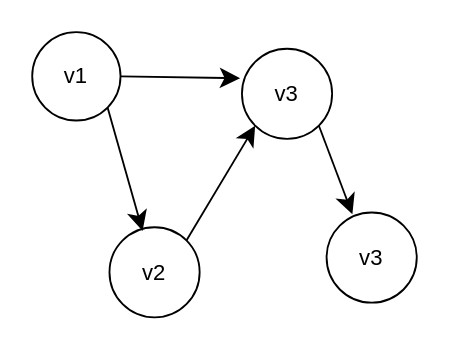
Above: Untitled Diagram.drawio in olliglorioso/datasets (draw.io), before the change. Source tidied: cells renumbered, new cells numbered last; positions are measured from the earlier drawing's top-left corner, leaving out a move shared by most shapes. Both pictures are drawn from the tidied source at 184%, with x=0, y=0 at pixel (31, 31).
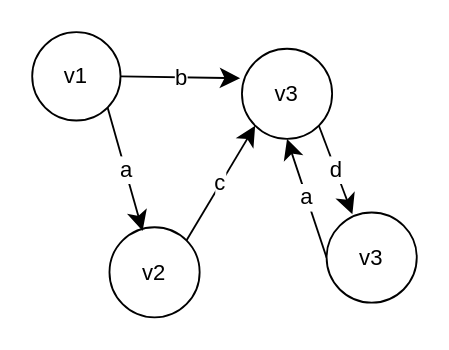
After the change.

Diff of the diagram source:
```diff
@@
 <mxGraphModel>
   <root>
     <mxCell id="0" />
     <mxCell id="1" parent="0" />
     <mxCell id="2" value="v1" style="ellipse;whiteSpace=wrap;html=1;" parent="1" vertex="1">
       <mxGeometry width="48" height="48" as="geometry" />
     </mxCell>
-    <mxCell id="3" style="edgeStyle=none;curved=1;rounded=0;jettySize=auto;html=1;exitX=1;exitY=0;exitDx=0;exitDy=0;entryX=0;entryY=1;entryDx=0;entryDy=0;fontSize=12;startSize=8;endSize=8;" parent="1" edge="1" source="4" target="5">
+    <mxCell id="3" value="c" style="edgeStyle=none;curved=1;rounded=0;jettySize=auto;html=1;exitX=1;exitY=0;exitDx=0;exitDy=0;entryX=0;entryY=1;entryDx=0;entryDy=0;fontSize=12;startSize=8;endSize=8;" parent="1" edge="1" source="4" target="5">
       <mxGeometry relative="1" as="geometry" />
     </mxCell>
     <mxCell id="4" value="v2" style="ellipse;whiteSpace=wrap;html=1;" parent="1" vertex="1">
       <mxGeometry x="42" y="106" width="49" height="49" as="geometry" />
     </mxCell>
     <mxCell id="5" value="v3" style="ellipse;whiteSpace=wrap;html=1;" parent="1" vertex="1">
       <mxGeometry x="114" y="9" width="49" height="49" as="geometry" />
     </mxCell>
+    <mxCell id="10" value="a" style="edgeStyle=none;curved=1;rounded=0;jettySize=auto;html=1;exitX=0;exitY=0.5;exitDx=0;exitDy=0;entryX=0.5;entryY=1;entryDx=0;entryDy=0;fontSize=12;startSize=8;endSize=8;" parent="1" edge="1" source="6" target="5">
+      <mxGeometry relative="1" as="geometry" />
+    </mxCell>
     <mxCell id="6" value="v3" style="ellipse;whiteSpace=wrap;html=1;" parent="1" vertex="1">
       <mxGeometry x="160" y="98" width="49" height="49" as="geometry" />
     </mxCell>
-    <mxCell id="7" style="edgeStyle=none;curved=1;rounded=0;jettySize=auto;html=1;exitX=1;exitY=1;exitDx=0;exitDy=0;entryX=0.367;entryY=0.041;entryDx=0;entryDy=0;entryPerimeter=0;fontSize=12;startSize=8;endSize=8;" parent="1" edge="1" source="2" target="4">
+    <mxCell id="7" value="a" style="edgeStyle=none;curved=1;rounded=0;jettySize=auto;html=1;exitX=1;exitY=1;exitDx=0;exitDy=0;entryX=0.367;entryY=0.041;entryDx=0;entryDy=0;entryPerimeter=0;fontSize=12;startSize=8;endSize=8;" parent="1" edge="1" source="2" target="4">
       <mxGeometry relative="1" as="geometry" />
     </mxCell>
-    <mxCell id="8" style="edgeStyle=none;curved=1;rounded=0;jettySize=auto;html=1;exitX=1;exitY=1;exitDx=0;exitDy=0;entryX=0.286;entryY=0.02;entryDx=0;entryDy=0;entryPerimeter=0;fontSize=12;startSize=8;endSize=8;" parent="1" edge="1" source="5" target="6">
+    <mxCell id="8" value="d" style="edgeStyle=none;curved=1;rounded=0;jettySize=auto;html=1;exitX=1;exitY=1;exitDx=0;exitDy=0;entryX=0.286;entryY=0.02;entryDx=0;entryDy=0;entryPerimeter=0;fontSize=12;startSize=8;endSize=8;" parent="1" edge="1" source="5" target="6">
       <mxGeometry relative="1" as="geometry" />
     </mxCell>
-    <mxCell id="9" style="edgeStyle=none;curved=1;rounded=0;jettySize=auto;html=1;exitX=1;exitY=0.5;exitDx=0;exitDy=0;entryX=-0.02;entryY=0.327;entryDx=0;entryDy=0;entryPerimeter=0;fontSize=12;startSize=8;endSize=8;" parent="1" edge="1" source="2" target="5">
+    <mxCell id="9" value="b" style="edgeStyle=none;curved=1;rounded=0;jettySize=auto;html=1;exitX=1;exitY=0.5;exitDx=0;exitDy=0;entryX=-0.02;entryY=0.327;entryDx=0;entryDy=0;entryPerimeter=0;fontSize=12;startSize=8;endSize=8;" parent="1" edge="1" source="2" target="5">
       <mxGeometry relative="1" as="geometry" />
     </mxCell>
   </root>
 </mxGraphModel>
```
